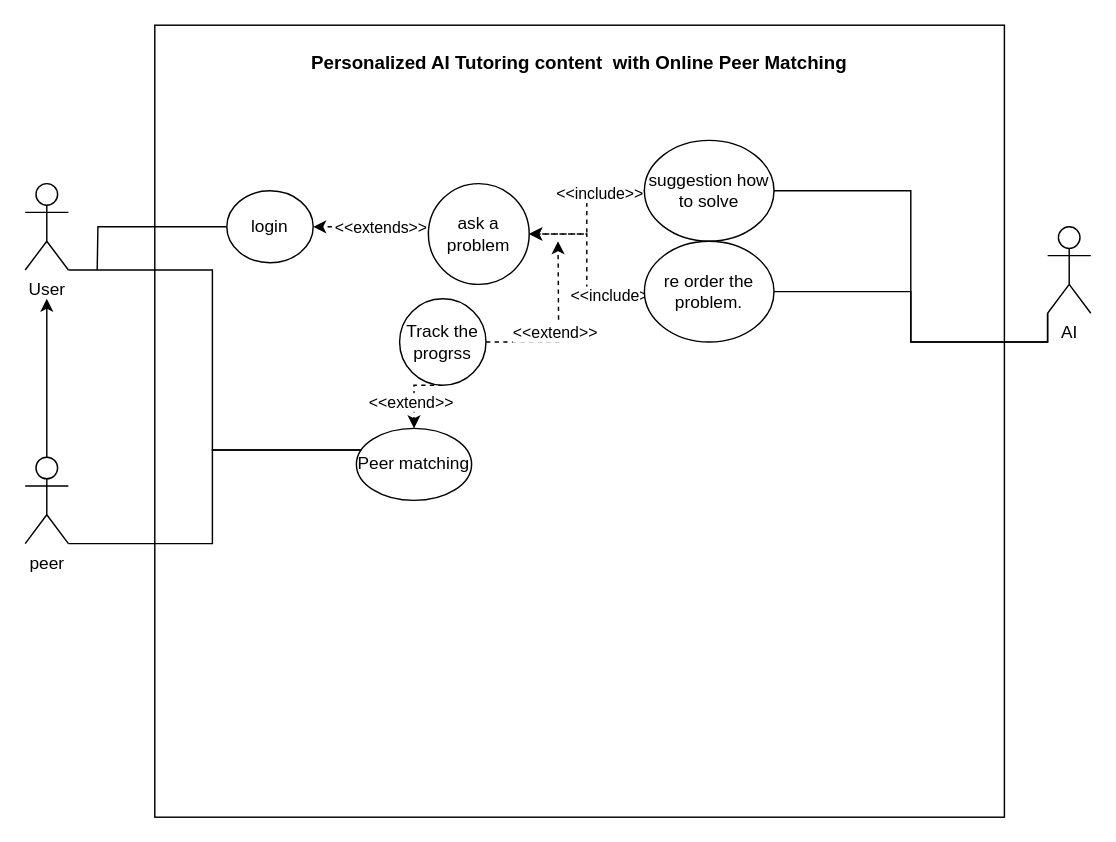
Before: ITU_AI_For_good.drawio in fit-s-u-m/drawings, a draw.io diagram. Source tidied: cells renumbered, new cells numbered last; positions are measured from the earlier drawing's top-left corner, leaving out a move shared by most shapes. Both pictures are drawn from the tidied source at 144%, with x=0, y=0 at pixel (24, 24).
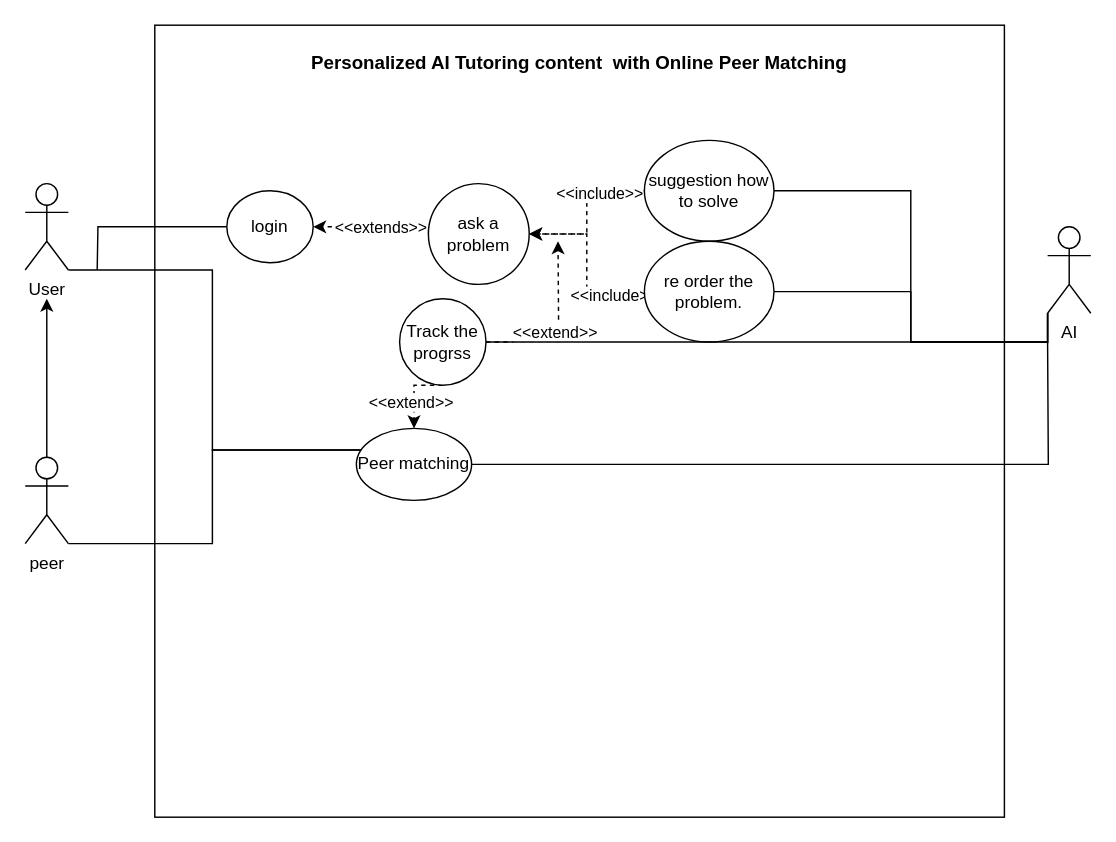
The same page after the edit.

Unchanged cells that the change refers to:
```xml
<mxCell id="7" value="AI" style="shape=umlActor;verticalLabelPosition=bottom;verticalAlign=top;html=1;" parent="1" vertex="1">
  <mxGeometry x="710" y="140" width="30" height="60" as="geometry" />
</mxCell>
<mxCell id="8" value="Peer matching" style="ellipse;whiteSpace=wrap;html=1;" parent="1" vertex="1">
  <mxGeometry x="230" y="280" width="80" height="50" as="geometry" />
</mxCell>
<mxCell id="27" value="Track the progrss" style="ellipse;whiteSpace=wrap;html=1;" parent="1" vertex="1">
  <mxGeometry x="260" y="190" width="60" height="60" as="geometry" />
</mxCell>
```

Diff of the diagram source:
```diff
@@
+    <mxCell id="28" style="edgeStyle=orthogonalEdgeStyle;rounded=0;jettySize=auto;html=1;exitX=1;exitY=0.5;exitDx=0;exitDy=0;endArrow=none;endFill=0;" parent="1" edge="1" source="8">
+      <mxGeometry relative="1" as="geometry">
+        <mxPoint x="710" y="220" as="targetPoint" />
+      </mxGeometry>
+    </mxCell>
@@
+    <mxCell id="29" style="edgeStyle=orthogonalEdgeStyle;rounded=0;jettySize=auto;html=1;exitX=1;exitY=0.5;exitDx=0;exitDy=0;entryX=0;entryY=1;entryDx=0;entryDy=0;entryPerimeter=0;endArrow=none;endFill=0;" parent="1" edge="1" source="27" target="7">
+      <mxGeometry relative="1" as="geometry" />
+    </mxCell>
```
